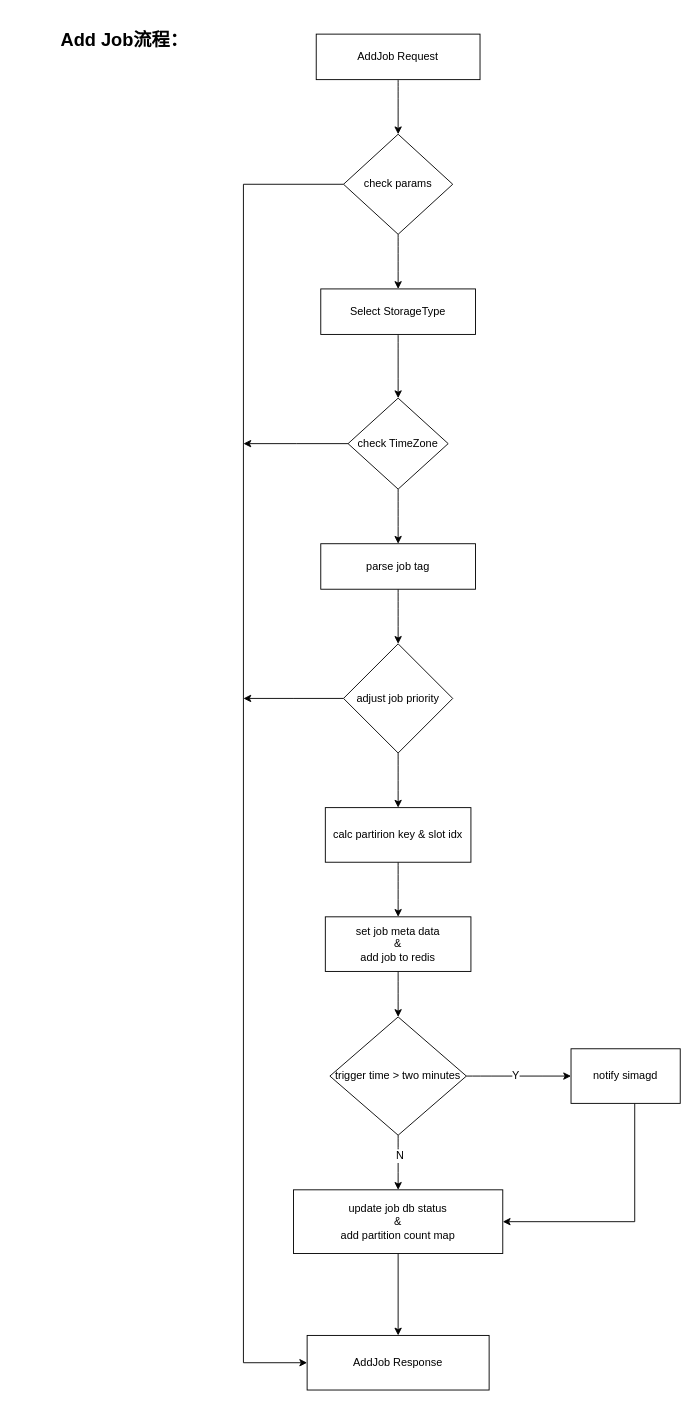
The draw.io diagram sigmax-add-job.drawio in gitcodeporter/draw-uml, before the edit. Source tidied: cells renumbered, new cells numbered last; positions are measured from the earlier drawing's top-left corner, leaving out a move shared by most shapes. Both pictures are drawn from the tidied source at 91%, with x=0, y=0 at pixel (15, 15).
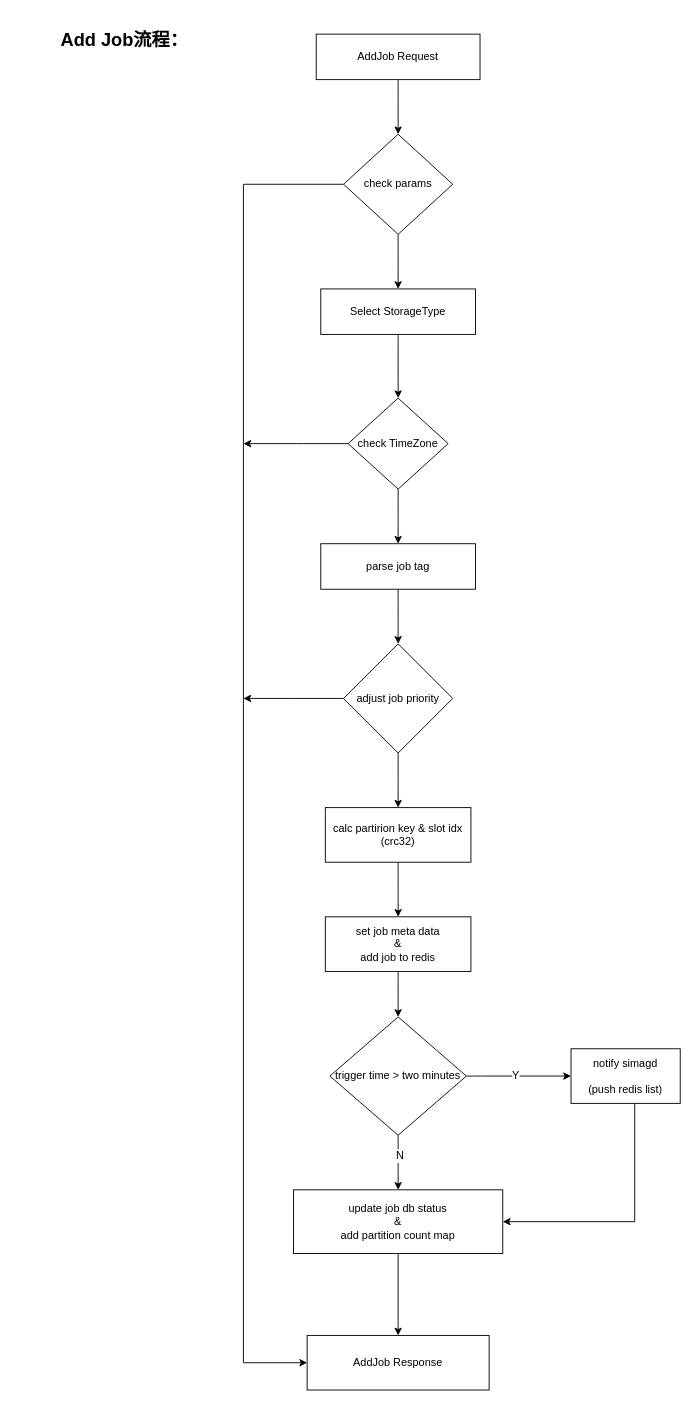
The same page after the edit.

The edit, as a diff of the source:
```diff
@@
-    <mxCell id="19" value="calc partirion key &amp;amp; slot idx" style="rounded=0;whiteSpace=wrap;html=1;fontSize=12;fontColor=#000000;strokeColor=#000000;gradientColor=none;align=center;verticalAlign=middle;" parent="1" vertex="1">
+    <mxCell id="19" value="calc partirion key &amp;amp; slot idx&lt;br&gt;(crc32)" style="rounded=0;whiteSpace=wrap;html=1;fontSize=12;fontColor=#000000;strokeColor=#000000;gradientColor=none;align=center;verticalAlign=middle;" parent="1" vertex="1">
       <mxGeometry x="340" y="870" width="160" height="60" as="geometry" />
     </mxCell>
@@
-    <mxCell id="28" value="notify simagd" style="rounded=0;whiteSpace=wrap;html=1;fontSize=12;fontColor=#000000;strokeColor=#000000;gradientColor=none;align=center;verticalAlign=middle;" parent="1" vertex="1">
+    <mxCell id="28" value="notify simagd&lt;br&gt;&lt;br&gt;(push redis list)" style="rounded=0;whiteSpace=wrap;html=1;fontSize=12;fontColor=#000000;strokeColor=#000000;gradientColor=none;align=center;verticalAlign=middle;" parent="1" vertex="1">
       <mxGeometry x="610" y="1135" width="120" height="60" as="geometry" />
     </mxCell>
```
